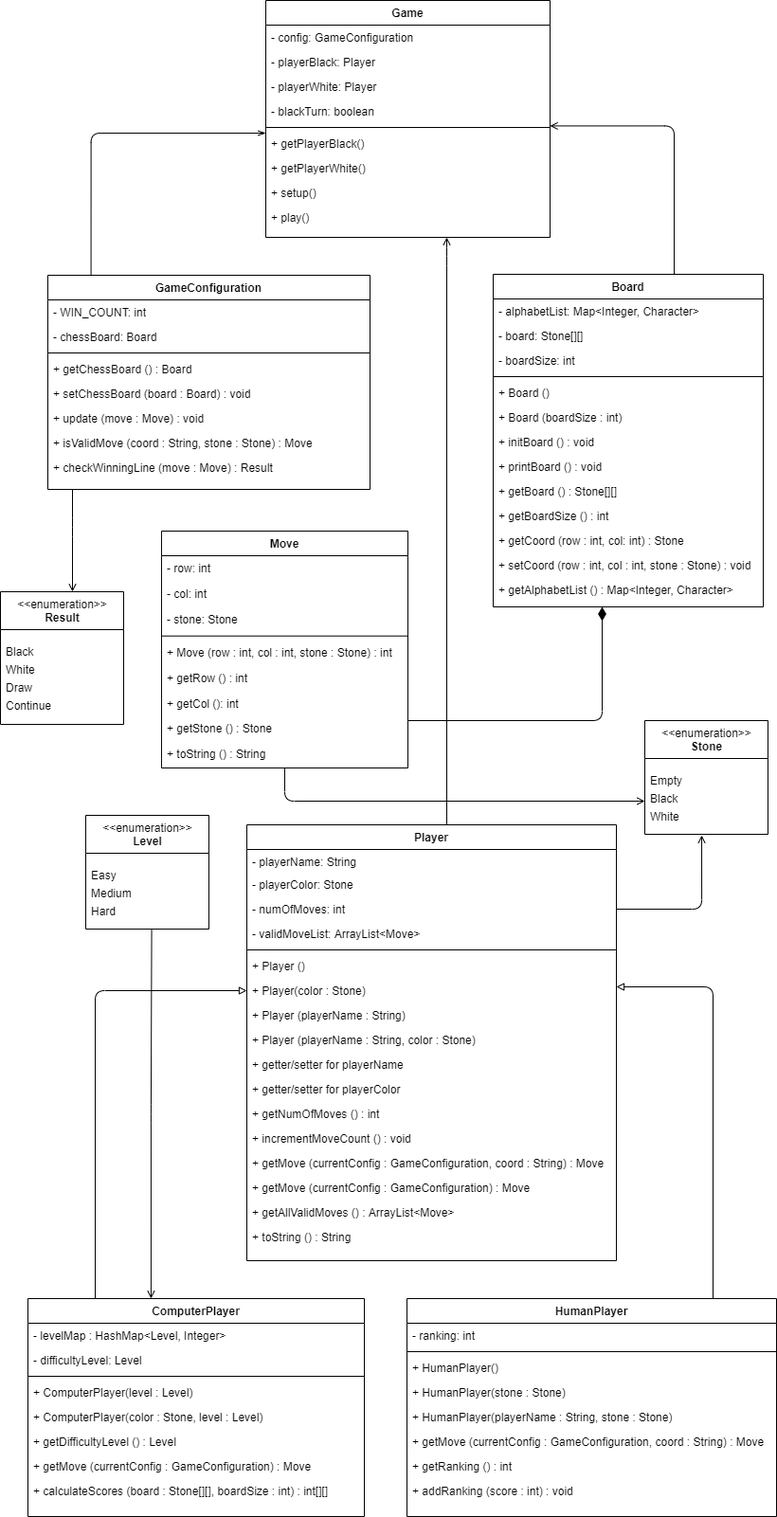
Above: Gomoku Class Diagram.png in ariellinfy/CPSC-233-Group11-Project (draw.io), before the change. Source tidied: cells renumbered, new cells last; positions are measured from the earlier drawing's top-left corner, leaving out a move shared by most shapes.
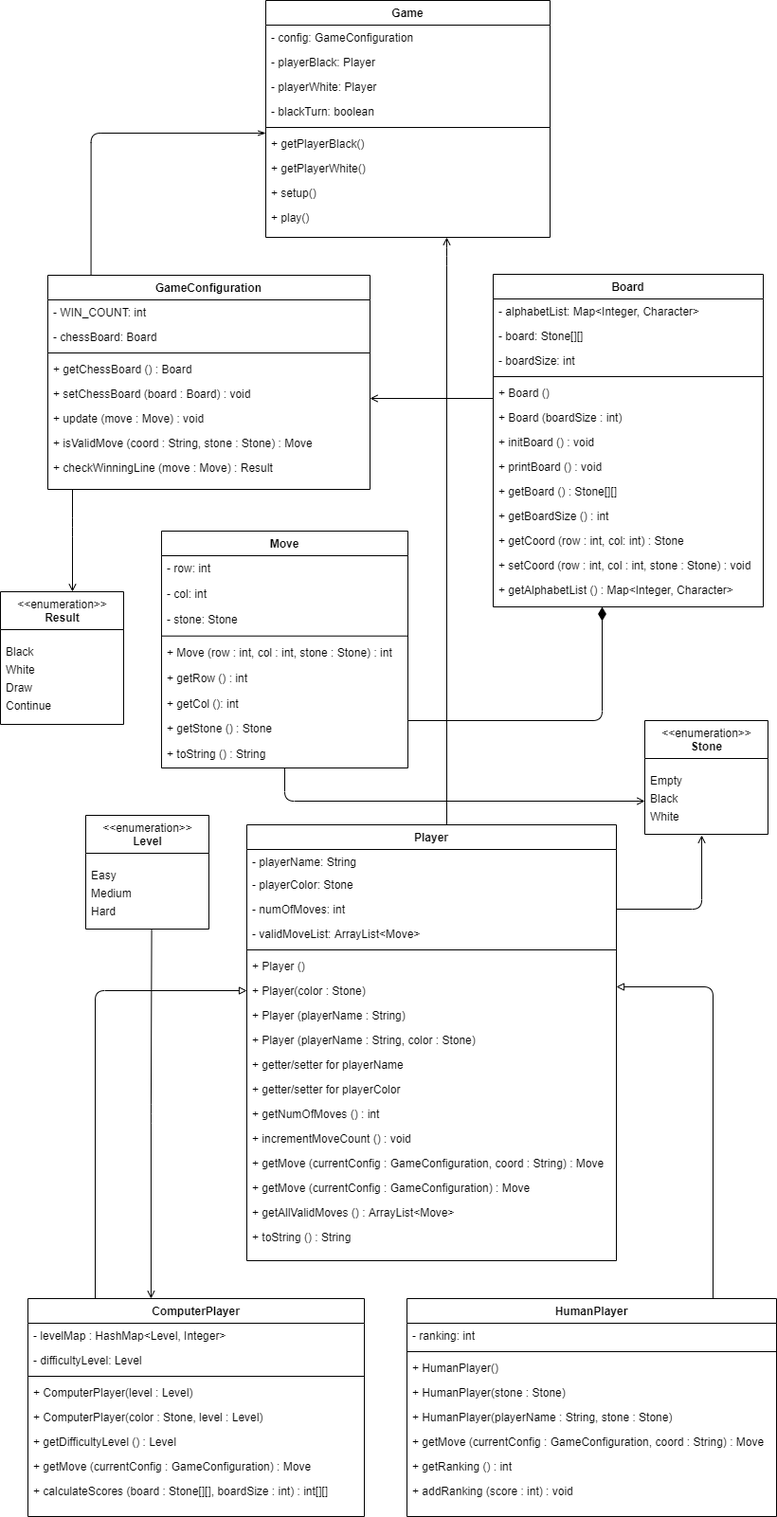
The same file after the commit.

Commit message:
Updated class diagram arrow mistake

Diff of the diagram source:
```diff
@@ -278,13 +278,12 @@
         </Array>
       </mxGeometry>
     </mxCell>
-    <mxCell id="86" style="endArrow=open;endFill=0;html=1;edgeStyle=orthogonalEdgeStyle;entryX=0.998;entryY=0.659;entryDx=0;entryDy=0;entryPerimeter=0;" parent="1" edge="1">
+    <mxCell id="86" style="endArrow=open;endFill=0;html=1;edgeStyle=orthogonalEdgeStyle;" parent="1" edge="1">
       <mxGeometry relative="1" as="geometry">
-        <mxPoint x="711" y="289" as="sourcePoint" />
-        <mxPoint x="580" y="132.4" as="targetPoint" />
+        <mxPoint x="520" y="420" as="sourcePoint" />
+        <mxPoint x="390" y="420" as="targetPoint" />
         <Array as="points">
-          <mxPoint x="711" y="289" />
-          <mxPoint x="711" y="132" />
+          <mxPoint x="520" y="420" />
         </Array>
       </mxGeometry>
     </mxCell>
```
